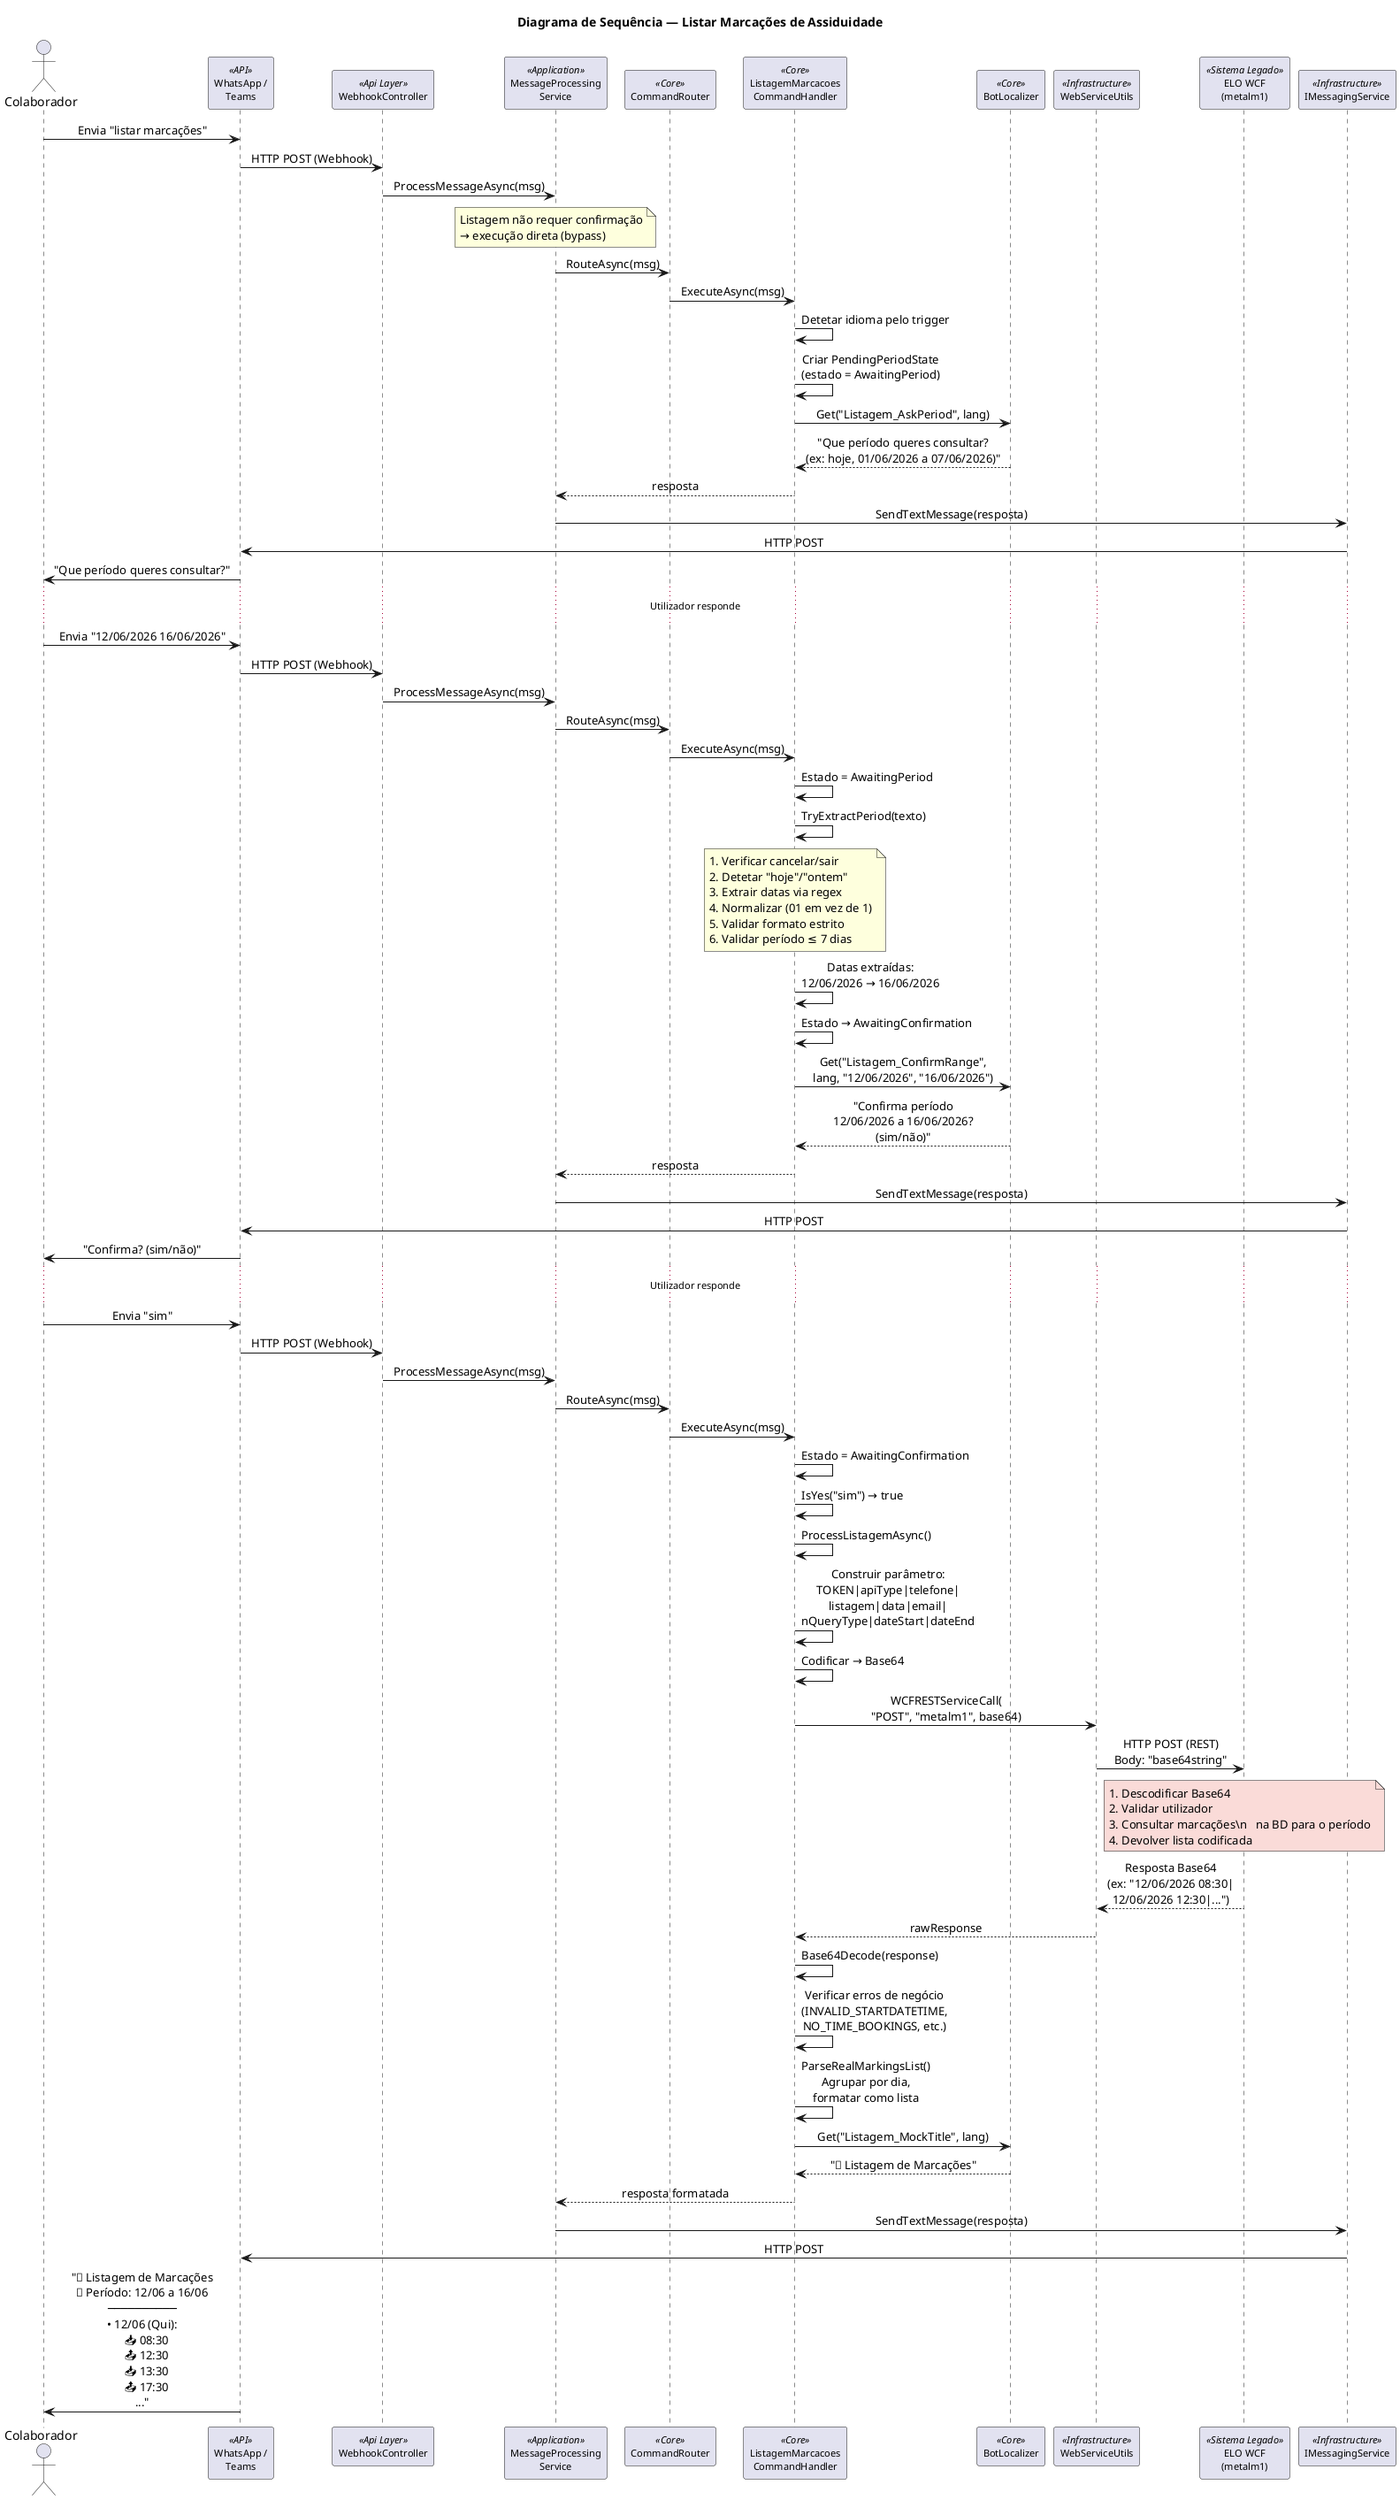
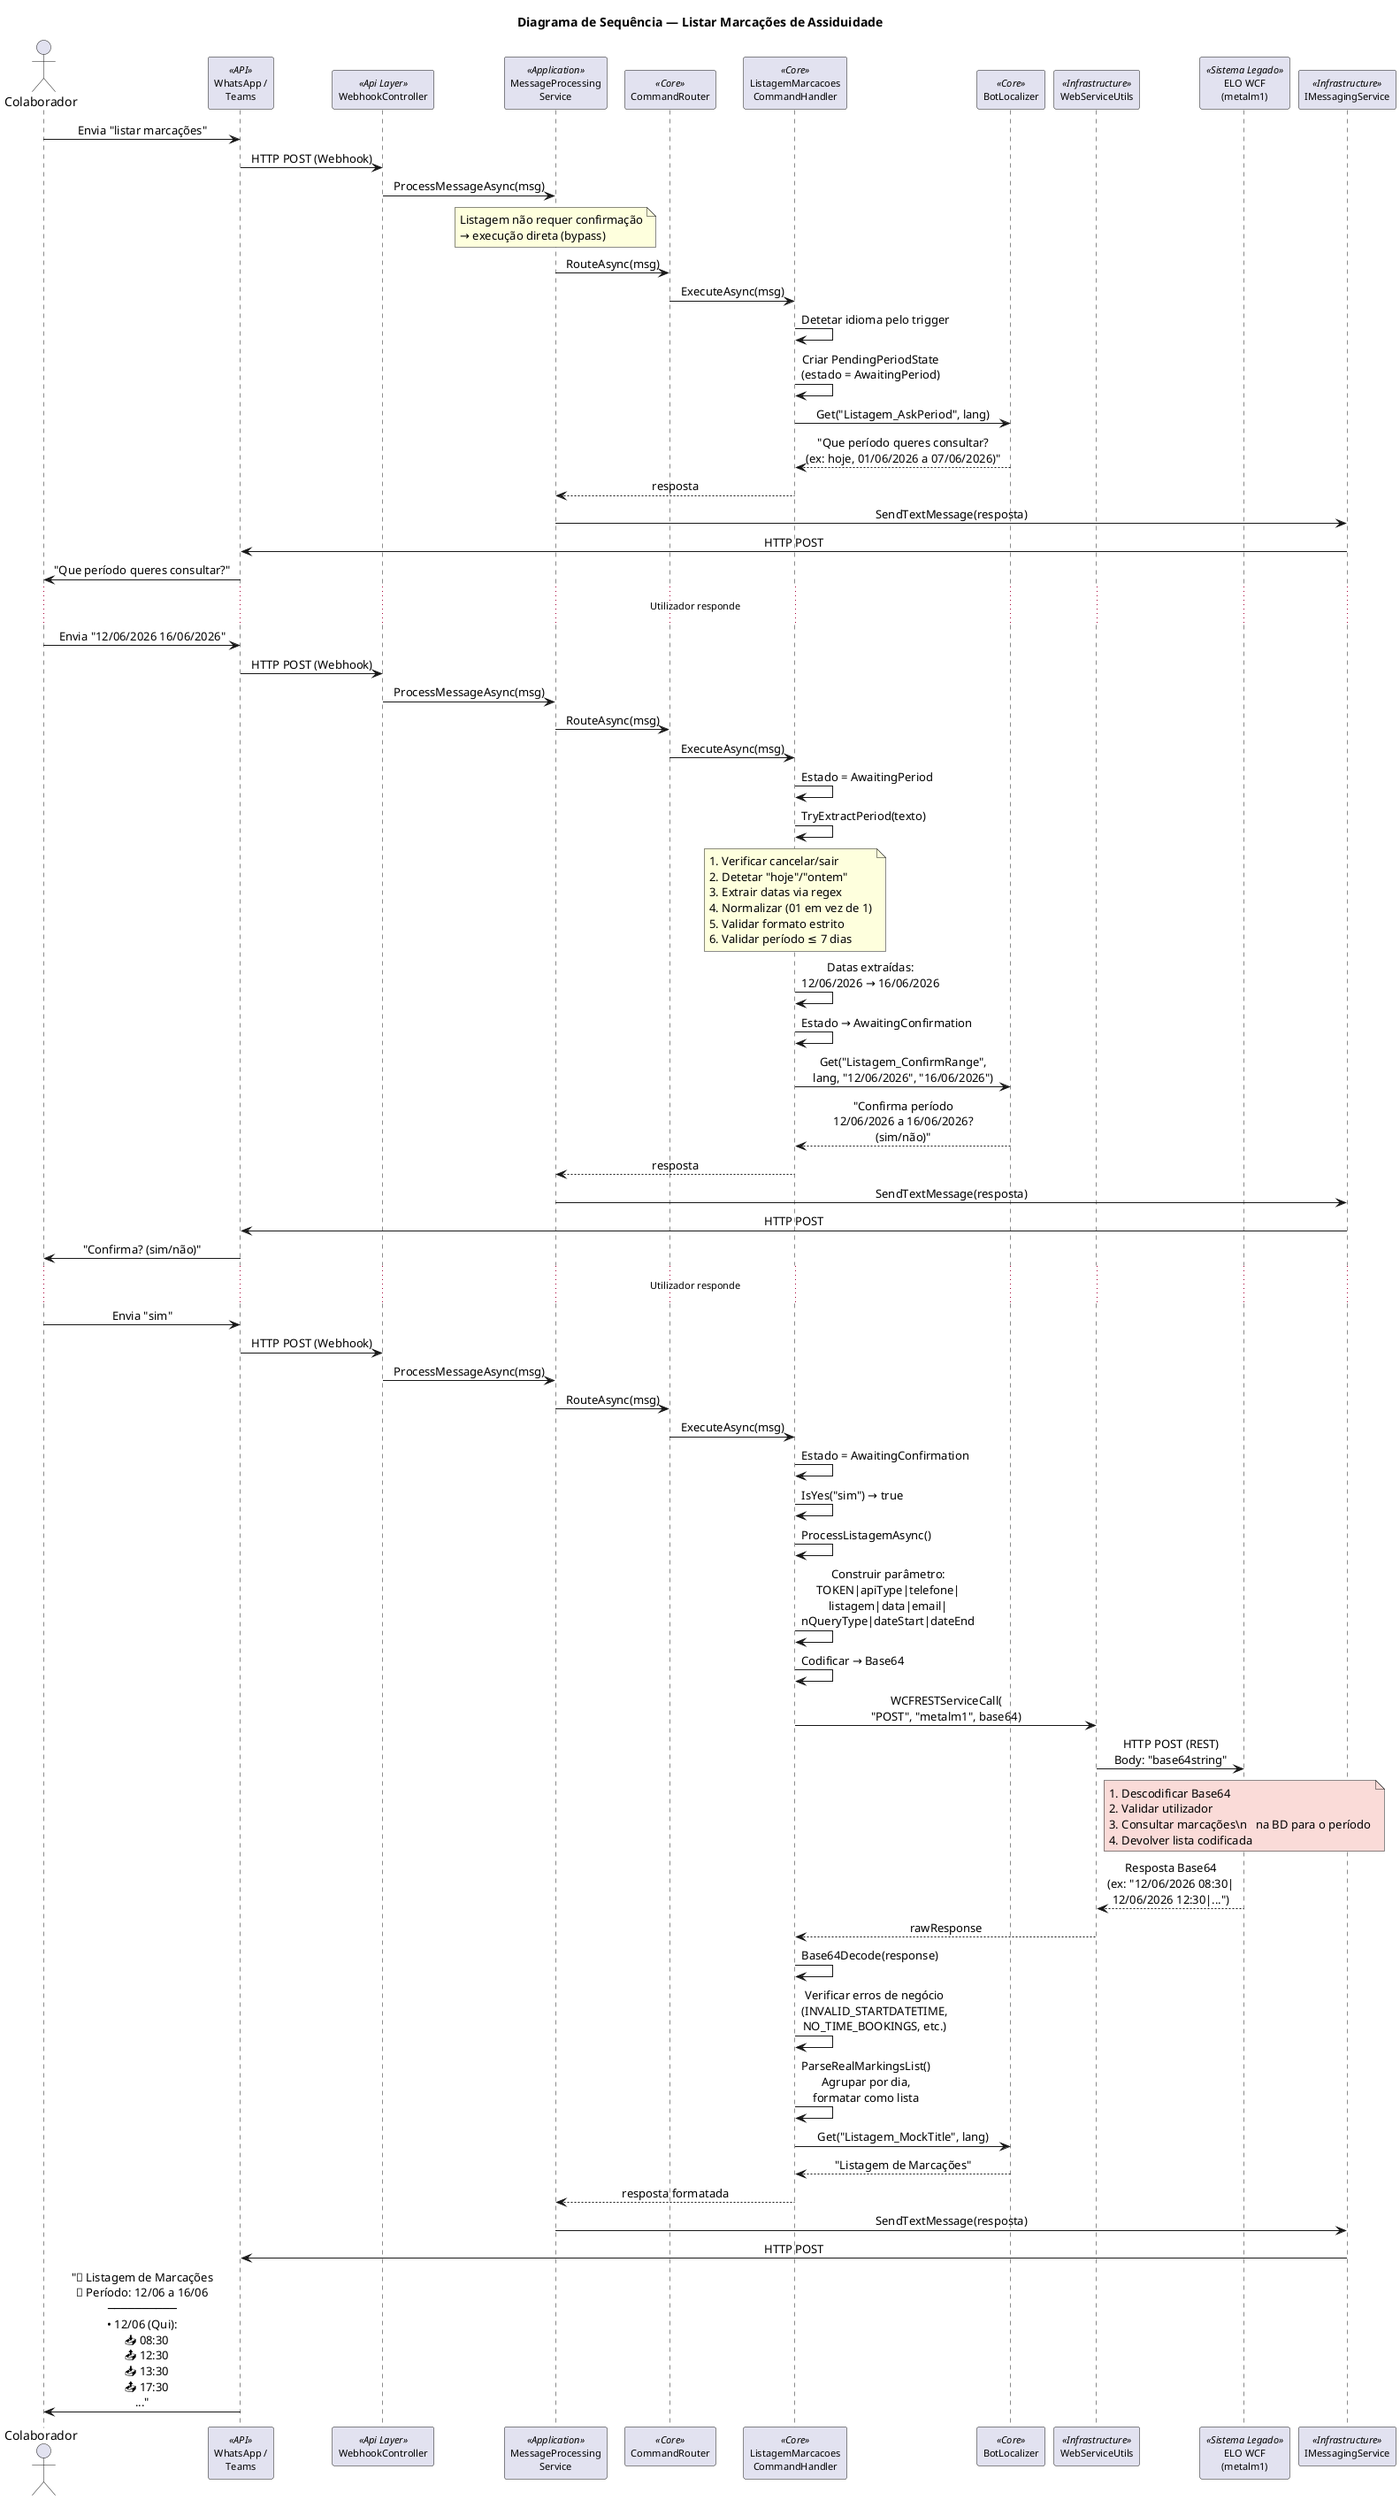
@startuml sequencia_listar_marcacoes
skinparam backgroundColor #FFFFFF
skinparam shadowing false
skinparam defaultFontName "Segoe UI"
skinparam sequenceMessageAlign center
skinparam maxMessageSize 220
skinparam sequenceParticipantFontSize 11
skinparam sequenceMessageFontSize 11

title Diagrama de Sequência — Listar Marcações de Assiduidade

actor "Colaborador" as user
participant "WhatsApp /\nTeams" as api <<API>>
participant "WebhookController" as ctrl <<Api Layer>>
participant "MessageProcessing\nService" as mps <<Application>>
participant "CommandRouter" as router <<Core>>
participant "ListagemMarcacoes\nCommandHandler" as listCmd <<Core>>
participant "BotLocalizer" as localizer <<Core>>
participant "WebServiceUtils" as ws <<Infrastructure>>
participant "ELO WCF\n(metalm1)" as elo <<Sistema Legado>>
participant "IMessagingService" as msgSvc <<Infrastructure>>

' ─── Etapa 1: Trigger Inicial ─────────────────────────────

user -> api : Envia "listar marcações"
api -> ctrl : HTTP POST (Webhook)
ctrl -> mps : ProcessMessageAsync(msg)

note over mps
  Listagem não requer confirmação
  → execução direta (bypass)
end note

mps -> router : RouteAsync(msg)
router -> listCmd : ExecuteAsync(msg)

listCmd -> listCmd : Detetar idioma pelo trigger
listCmd -> listCmd : Criar PendingPeriodState\n(estado = AwaitingPeriod)

listCmd -> localizer : Get("Listagem_AskPeriod", lang)
localizer --> listCmd : "Que período queres consultar?\n(ex: hoje, 01/06/2026 a 07/06/2026)"

listCmd --> mps : resposta
mps -> msgSvc : SendTextMessage(resposta)
msgSvc -> api : HTTP POST
api -> user : "Que período queres consultar?"

' ─── Etapa 2: Utilizador indica as datas ──────────────────

... Utilizador responde ...

user -> api : Envia "12/06/2026 16/06/2026"
api -> ctrl : HTTP POST (Webhook)
ctrl -> mps : ProcessMessageAsync(msg)
mps -> router : RouteAsync(msg)
router -> listCmd : ExecuteAsync(msg)

listCmd -> listCmd : Estado = AwaitingPeriod
listCmd -> listCmd : TryExtractPeriod(texto)

note over listCmd
  1. Verificar cancelar/sair
  2. Detetar "hoje"/"ontem"
  3. Extrair datas via regex
  4. Normalizar (01 em vez de 1)
  5. Validar formato estrito
  6. Validar período ≤ 7 dias
end note

listCmd -> listCmd : Datas extraídas:\n12/06/2026 → 16/06/2026
listCmd -> listCmd : Estado → AwaitingConfirmation

listCmd -> localizer : Get("Listagem_ConfirmRange",\nlang, "12/06/2026", "16/06/2026")
localizer --> listCmd : "Confirma período\n12/06/2026 a 16/06/2026? (sim/não)"

listCmd --> mps : resposta
mps -> msgSvc : SendTextMessage(resposta)
msgSvc -> api : HTTP POST
api -> user : "Confirma? (sim/não)"

' ─── Etapa 3: Confirmação ─────────────────────────────────

... Utilizador responde ...

user -> api : Envia "sim"
api -> ctrl : HTTP POST (Webhook)
ctrl -> mps : ProcessMessageAsync(msg)
mps -> router : RouteAsync(msg)
router -> listCmd : ExecuteAsync(msg)

listCmd -> listCmd : Estado = AwaitingConfirmation
listCmd -> listCmd : IsYes("sim") → true

listCmd -> listCmd : ProcessListagemAsync()

listCmd -> listCmd : Construir parâmetro:\nTOKEN|apiType|telefone|\nlistagem|data|email|\nnQueryType|dateStart|dateEnd

listCmd -> listCmd : Codificar → Base64

listCmd -> ws : WCFRESTServiceCall(\n"POST", "metalm1", base64)

ws -> elo : HTTP POST (REST)\nBody: "base64string"

note over elo #FADBD8
  1. Descodificar Base64
  2. Validar utilizador
  3. Consultar marcações\n   na BD para o período
  4. Devolver lista codificada
end note

elo --> ws : Resposta Base64\n(ex: "12/06/2026 08:30|\n12/06/2026 12:30|...")

ws --> listCmd : rawResponse

listCmd -> listCmd : Base64Decode(response)
listCmd -> listCmd : Verificar erros de negócio\n(INVALID_STARTDATETIME,\nNO_TIME_BOOKINGS, etc.)

listCmd -> listCmd : ParseRealMarkingsList()\nAgrupar por dia,\nformatar como lista

listCmd -> localizer : Get("Listagem_MockTitle", lang)
- localizer --> listCmd : "📅 Listagem de Marcações"
+ localizer --> listCmd : "Listagem de Marcações"

listCmd --> mps : resposta formatada
mps -> msgSvc : SendTextMessage(resposta)
msgSvc -> api : HTTP POST
api -> user : "📅 Listagem de Marcações\n📆 Período: 12/06 a 16/06\n──────────\n• 12/06 (Qui):\n   📥 08:30\n   📤 12:30\n   📥 13:30\n   📤 17:30\n..."

@enduml
